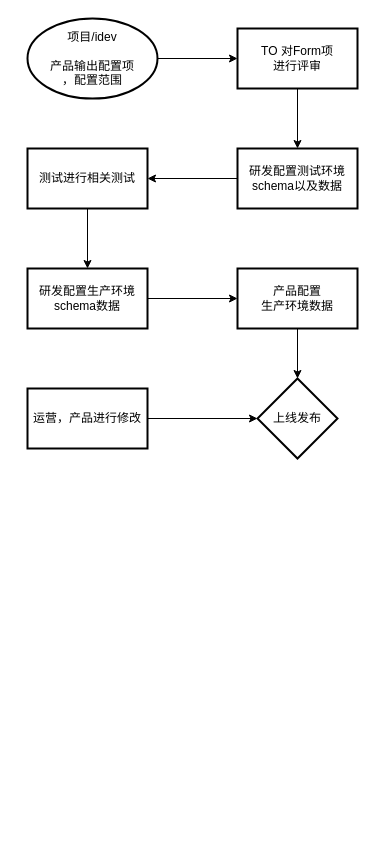
Earlier version of the draw.io diagram page "Form平台流程图" (4 of 4) of 用车架构.drawio (leonwcy/test). Source tidied: cells renumbered, new cells numbered last; positions are measured from the earlier drawing's top-left corner, leaving out a move shared by most shapes. Both pictures are drawn from the tidied source at 100%, with x=0, y=0 at pixel (27, 18).
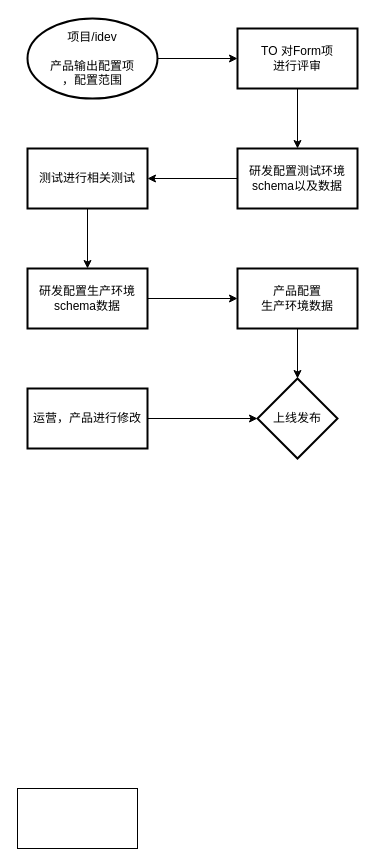
The same page after the edit.

Diff of the diagram source:
```diff
@@
 <mxGraphModel>
   <root>
     <mxCell id="0" />
     <mxCell id="1" parent="0" />
     <mxCell id="2" style="edgeStyle=orthogonalEdgeStyle;rounded=0;jettySize=auto;html=1;" parent="1" edge="1" source="3" target="5">
       <mxGeometry relative="1" as="geometry" />
     </mxCell>
     <mxCell id="3" value="项目/idev&lt;br&gt;&lt;br&gt;产品输出配置项&lt;br&gt;，配置范围" style="strokeWidth=2;html=1;shape=mxgraph.flowchart.start_1;whiteSpace=wrap;" parent="1" vertex="1">
       <mxGeometry width="130" height="80" as="geometry" />
     </mxCell>
     <mxCell id="4" style="edgeStyle=orthogonalEdgeStyle;rounded=0;jettySize=auto;html=1;" parent="1" edge="1" source="5" target="7">
       <mxGeometry relative="1" as="geometry" />
     </mxCell>
     <mxCell id="5" value="TO 对Form项&lt;br&gt;进行评审" style="whiteSpace=wrap;html=1;strokeWidth=2;" parent="1" vertex="1">
       <mxGeometry x="210" y="10" width="120" height="60" as="geometry" />
     </mxCell>
     <mxCell id="6" style="edgeStyle=orthogonalEdgeStyle;rounded=0;jettySize=auto;html=1;" parent="1" edge="1" source="7" target="9">
       <mxGeometry relative="1" as="geometry" />
     </mxCell>
     <mxCell id="7" value="研发配置测试环境schema以及数据" style="whiteSpace=wrap;html=1;strokeWidth=2;" parent="1" vertex="1">
       <mxGeometry x="210" y="130" width="120" height="60" as="geometry" />
     </mxCell>
     <mxCell id="8" style="edgeStyle=orthogonalEdgeStyle;rounded=0;jettySize=auto;html=1;" parent="1" edge="1" source="9" target="11">
       <mxGeometry relative="1" as="geometry" />
     </mxCell>
     <mxCell id="9" value="测试进行相关测试" style="whiteSpace=wrap;html=1;strokeWidth=2;" parent="1" vertex="1">
       <mxGeometry y="130" width="120" height="60" as="geometry" />
     </mxCell>
     <mxCell id="10" style="edgeStyle=orthogonalEdgeStyle;rounded=0;jettySize=auto;html=1;" parent="1" edge="1" source="11" target="13">
       <mxGeometry relative="1" as="geometry" />
     </mxCell>
     <mxCell id="11" value="&lt;span&gt;研发配置生产环境schema数据&lt;/span&gt;" style="whiteSpace=wrap;html=1;strokeWidth=2;" parent="1" vertex="1">
       <mxGeometry y="250" width="120" height="60" as="geometry" />
     </mxCell>
     <mxCell id="12" style="edgeStyle=orthogonalEdgeStyle;rounded=0;jettySize=auto;html=1;" parent="1" edge="1" source="13" target="14">
       <mxGeometry relative="1" as="geometry" />
     </mxCell>
     <mxCell id="13" value="产品配置&lt;br&gt;生产环境数据" style="whiteSpace=wrap;html=1;strokeWidth=2;" parent="1" vertex="1">
       <mxGeometry x="210" y="250" width="120" height="60" as="geometry" />
     </mxCell>
     <mxCell id="14" value="上线发布" style="rhombus;whiteSpace=wrap;html=1;strokeWidth=2;" parent="1" vertex="1">
       <mxGeometry x="230" y="360" width="80" height="80" as="geometry" />
     </mxCell>
     <mxCell id="15" style="edgeStyle=orthogonalEdgeStyle;rounded=0;jettySize=auto;html=1;" parent="1" edge="1" source="16" target="14">
       <mxGeometry relative="1" as="geometry" />
     </mxCell>
     <mxCell id="16" value="运营，产品进行修改" style="whiteSpace=wrap;html=1;strokeWidth=2;" parent="1" vertex="1">
       <mxGeometry y="370" width="120" height="60" as="geometry" />
     </mxCell>
+    <mxCell id="17" style="rounded=0;whiteSpace=wrap;html=1;" parent="1" vertex="1">
+      <mxGeometry x="-10" y="770" width="120" height="60" as="geometry" />
+    </mxCell>
   </root>
 </mxGraphModel>
```
